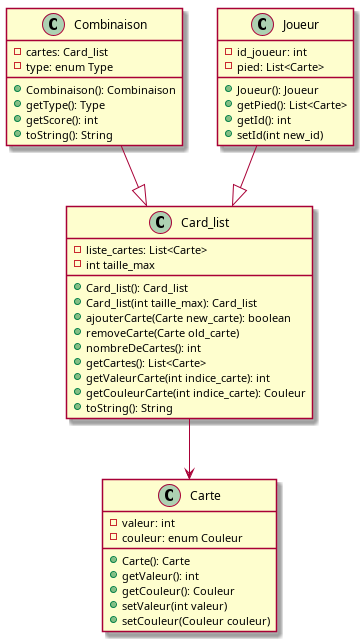
Pagatok/pg220 keeps this PlantUML diagram as src/diagrams/model.png. Above is the earlier version.
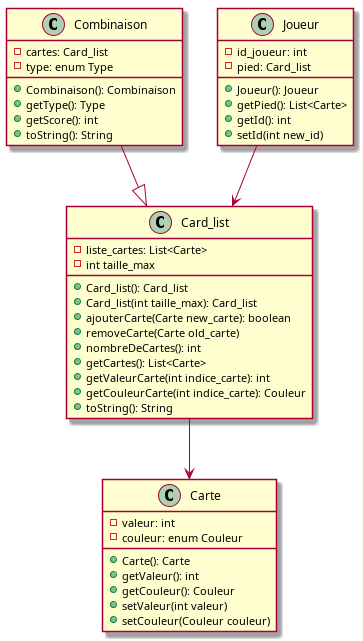
The same file after the commit.

Commit message:
Début de la classe joueur

What changed in the source:
```diff
@@ -21,7 +21,7 @@
 
 class Joueur{
     - id_joueur: int
-    - pied: List<Carte>
+    - pied: Card_list
     + Joueur(): Joueur
     + getPied(): List<Carte>
     + getId(): int
@@ -45,7 +45,7 @@
 }
 
 Combinaison --|> Card_list
-Joueur --|> Card_list
+Joueur --> Card_list
 Card_list --> Carte
 
 
```
